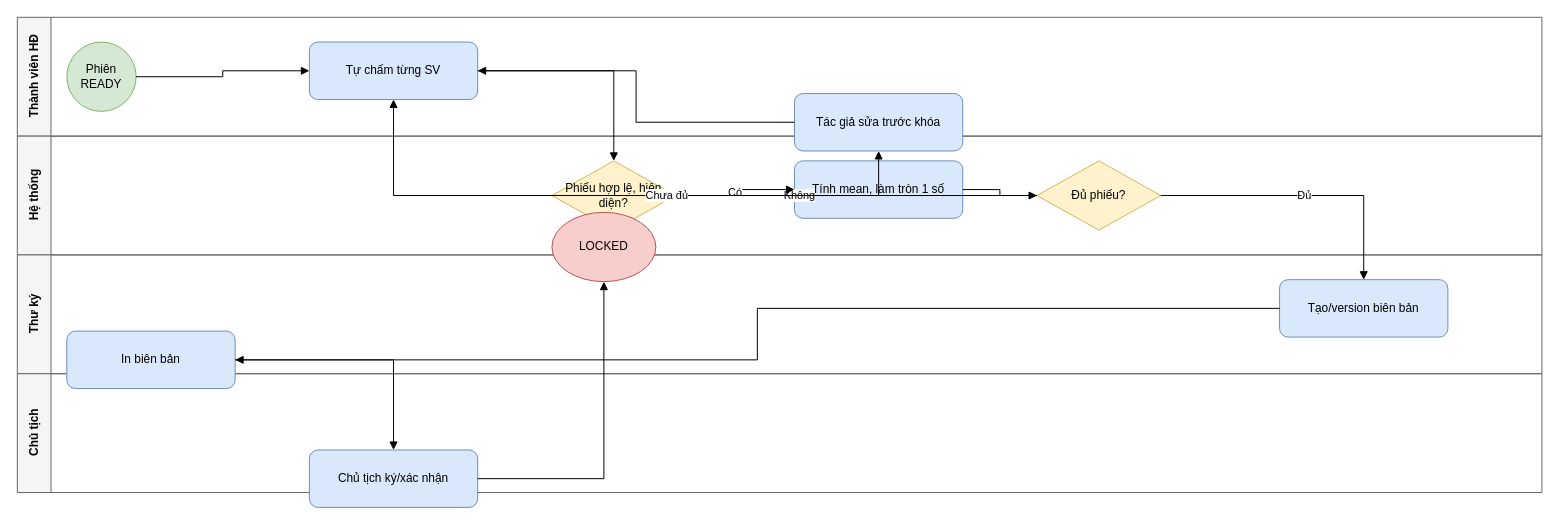
This is page "F - Chấm, tổng hợp, biên bản, khóa" (6 of 7) of docs/design/business-process.drawio from MingJien/kltn-management-ai, a draw.io file, before an edit. Source tidied: cells renumbered, new cells numbered last; positions are measured from the earlier drawing's top-left corner, leaving out a move shared by most shapes. Both pictures are drawn from the tidied source at 99%, with x=0, y=0 at pixel (17, 17).
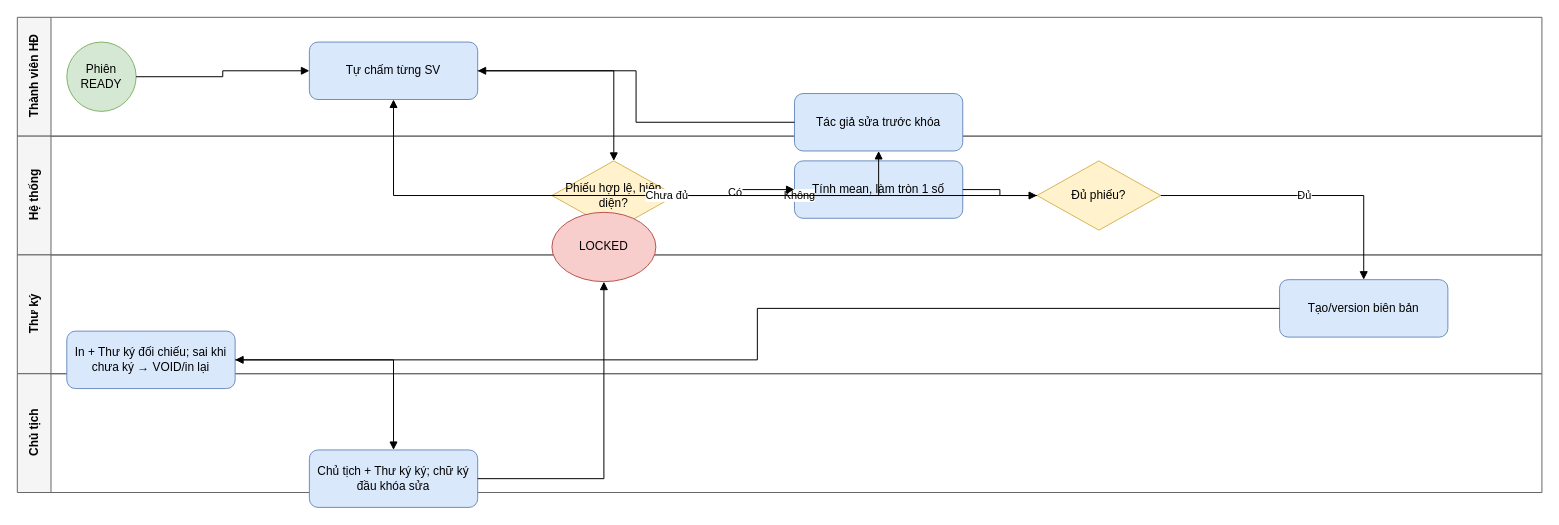
The same diagram, later.

Diff of the diagram source:
```diff
@@
-    <mxCell id="12" value="In biên bản" style="rounded=1;whiteSpace=wrap;html=1;fillColor=#dae8fc;strokeColor=#6c8ebf;" parent="1" vertex="1">
+    <mxCell id="12" value="In + Thư ký đối chiếu; sai khi chưa ký → VOID/in lại" style="rounded=1;whiteSpace=wrap;html=1;fillColor=#dae8fc;strokeColor=#6c8ebf;" parent="1" vertex="1">
       <mxGeometry x="50" y="317" width="170" height="58" as="geometry" />
     </mxCell>
-    <mxCell id="13" value="Chủ tịch ký/xác nhận" style="rounded=1;whiteSpace=wrap;html=1;fillColor=#dae8fc;strokeColor=#6c8ebf;" parent="1" vertex="1">
+    <mxCell id="13" value="Chủ tịch + Thư ký ký; chữ ký đầu khóa sửa" style="rounded=1;whiteSpace=wrap;html=1;fillColor=#dae8fc;strokeColor=#6c8ebf;" parent="1" vertex="1">
       <mxGeometry x="295" y="437" width="170" height="58" as="geometry" />
     </mxCell>
```
